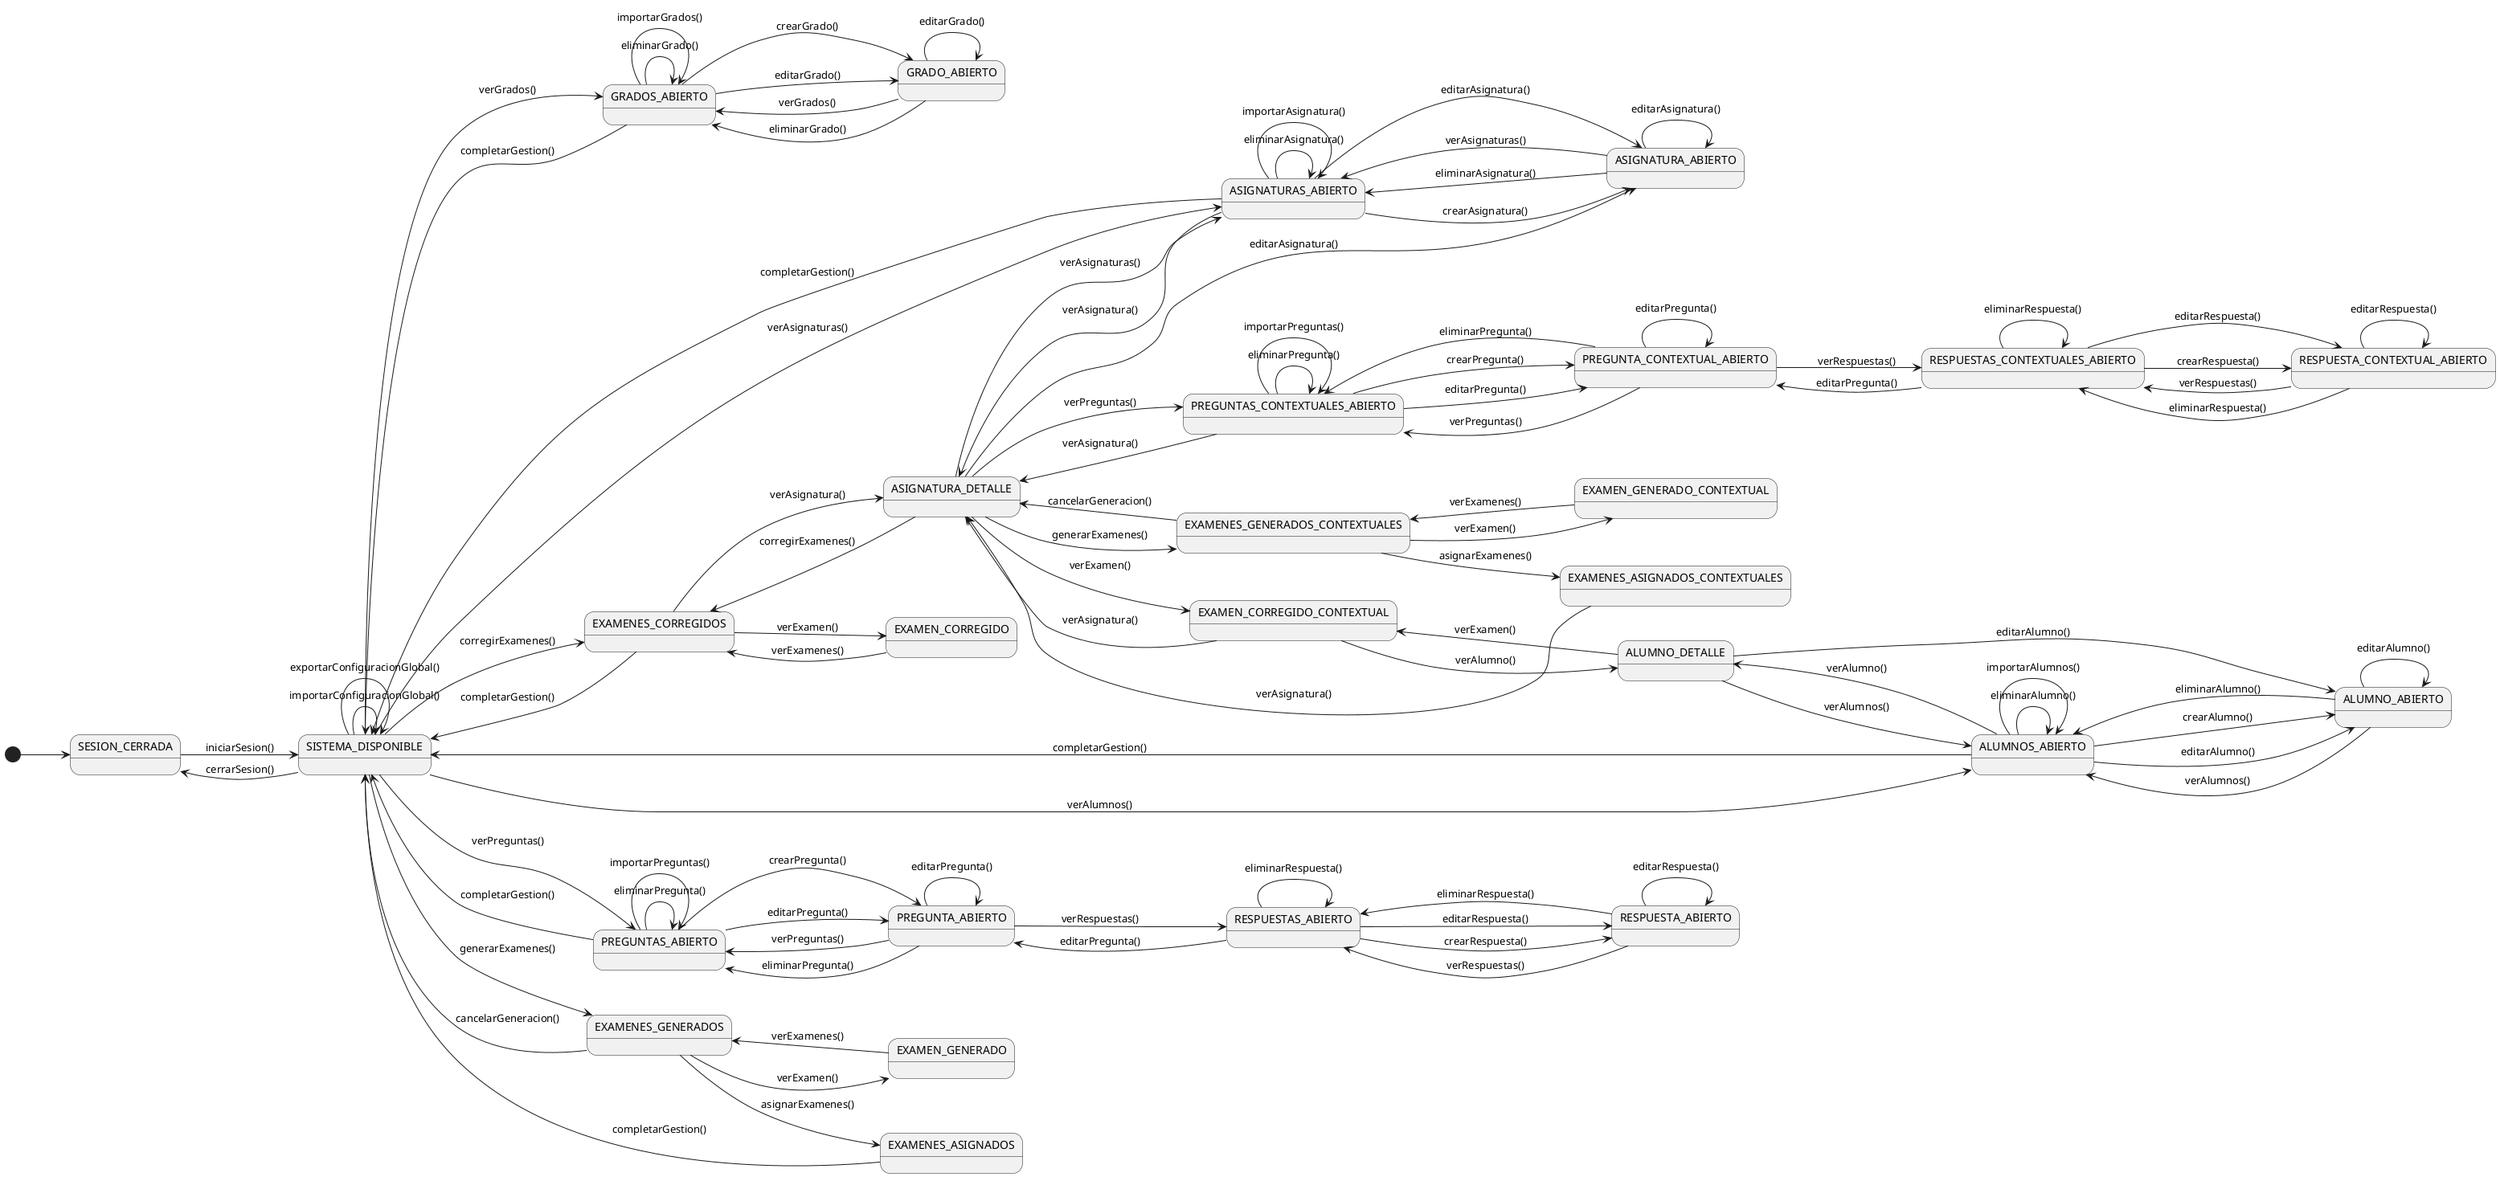
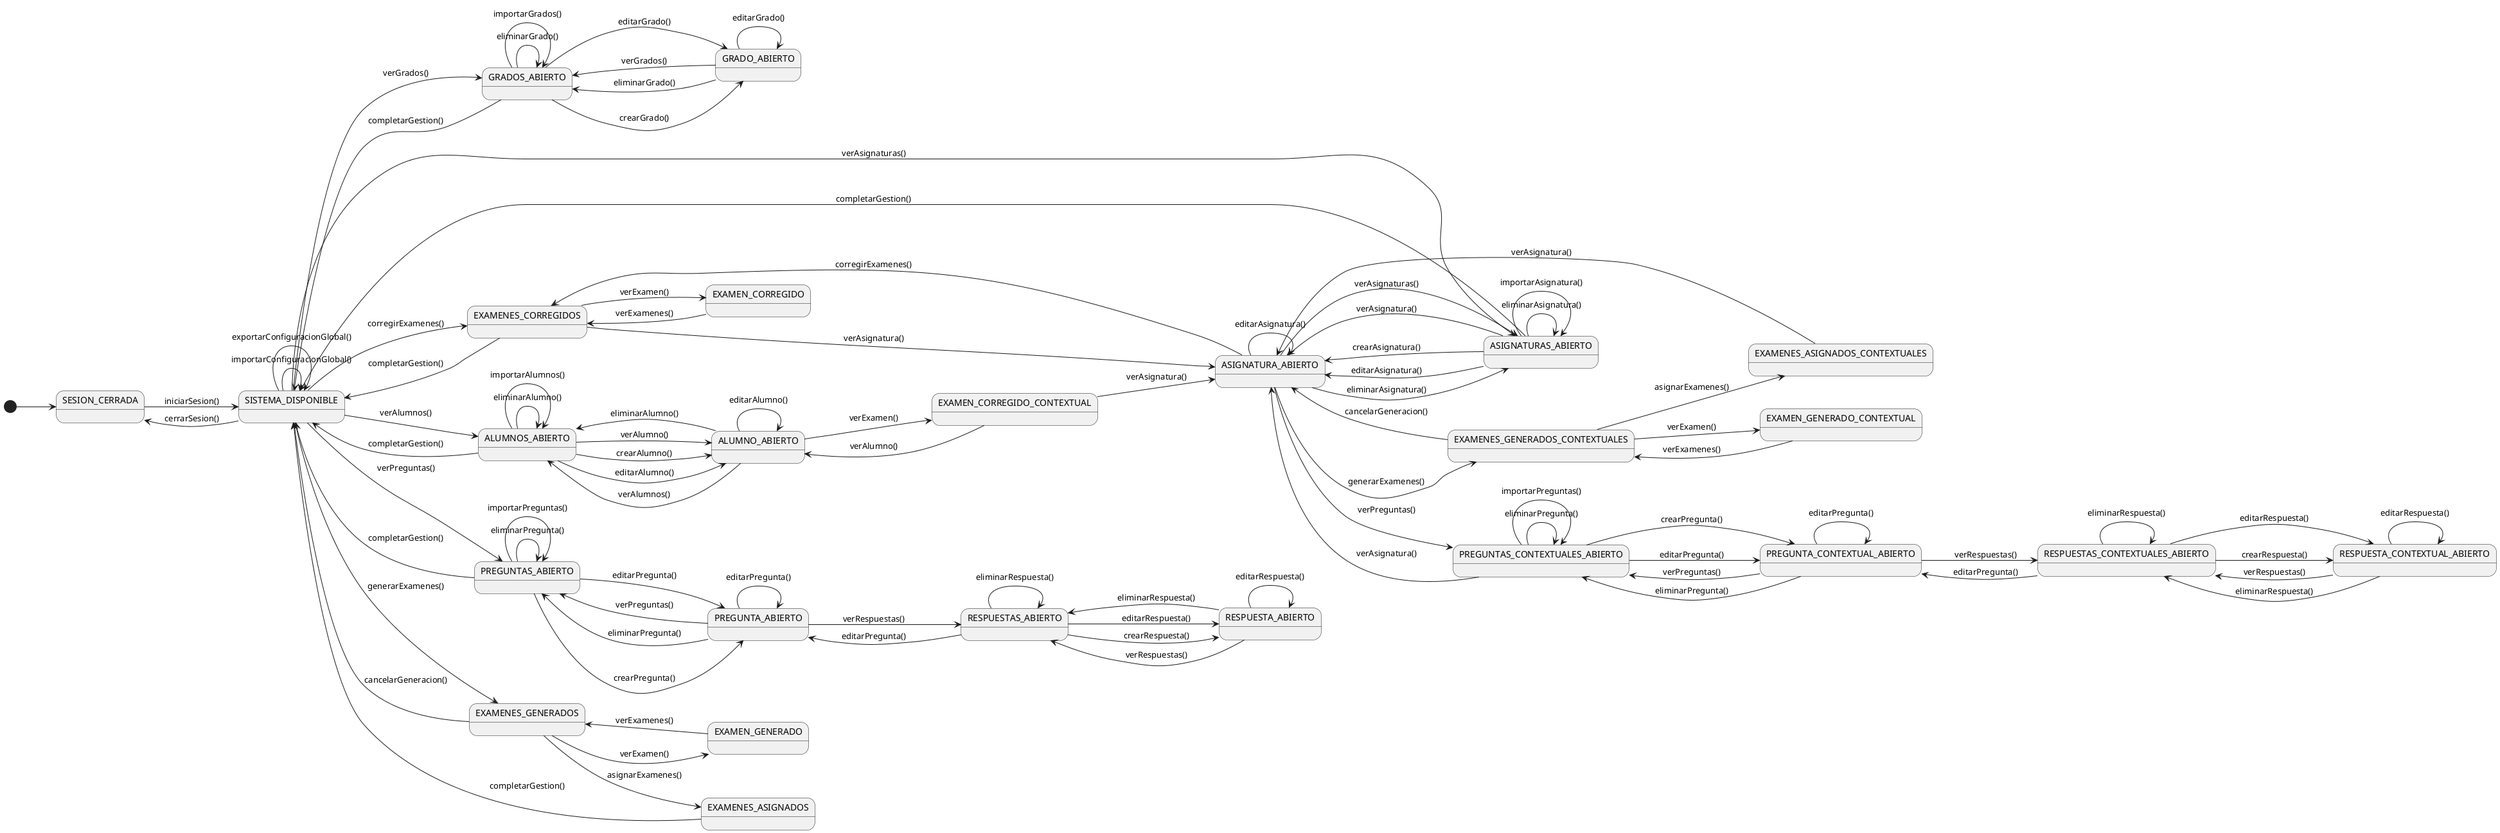
@startuml diagrama-contexto-docente

left to right direction

'Estados'

state "SESION_CERRADA" as NoAuth
state "SISTEMA_DISPONIBLE" as Menu

state "GRADOS_ABIERTO" as ListGrados
state "GRADO_ABIERTO" as EditGrado

state "ASIGNATURAS_ABIERTO" as ListAsignaturas
- state "ASIGNATURA_DETALLE" as DetalleAsignatura
state "ASIGNATURA_ABIERTO" as EditAsignatura

state "ALUMNOS_ABIERTO" as ListAlumnos
- state "ALUMNO_DETALLE" as DetalleAlumno
state "ALUMNO_ABIERTO" as EditAlumno

state "PREGUNTAS_ABIERTO" as ListPreguntas
state "PREGUNTA_ABIERTO" as EditPregunta

state "EXAMENES_GENERADOS" as ExamenesGenerados
state "EXAMEN_GENERADO" as ExamenGenerado
state "EXAMENES_ASIGNADOS" as ExamenesAsignados

state "EXAMENES_CORREGIDOS" as ExamenesCorregidos
state "EXAMEN_CORREGIDO" as ExamenCorregido
state "EXAMEN_CORREGIDO_CONTEXTUAL" as ExamenCorregidoContextual

state "RESPUESTAS_ABIERTO" as ListRespuestas
state "RESPUESTA_ABIERTO" as EditRespuesta

state "PREGUNTAS_CONTEXTUALES_ABIERTO" as ListPreguntasContextuales
state "PREGUNTA_CONTEXTUAL_ABIERTO" as EditPreguntaContextual

state "RESPUESTAS_CONTEXTUALES_ABIERTO" as ListRespuestasContextuales
state "RESPUESTA_CONTEXTUAL_ABIERTO" as EditRespuestaContextual

state "EXAMENES_GENERADOS_CONTEXTUALES" as ExamenesGeneradosContextuales
state "EXAMEN_GENERADO_CONTEXTUAL" as ExamenGeneradoContextual
state "EXAMENES_ASIGNADOS_CONTEXTUALES" as ExamenesAsignadosContextuales


'Modulo sesion'
[*] --> NoAuth
NoAuth --> Menu : iniciarSesion()
Menu --> NoAuth : cerrarSesion()

'Modulo grados'

- 
Menu --> ListGrados: verGrados()
ListGrados --> ListGrados: eliminarGrado()
ListGrados --> ListGrados: importarGrados()
ListGrados --> EditGrado: crearGrado()
ListGrados --> EditGrado: editarGrado()
EditGrado --> EditGrado: editarGrado()
EditGrado --> ListGrados: verGrados()
EditGrado --> ListGrados: eliminarGrado()
ListGrados --> Menu: completarGestion()

- 'Modulo asignaturas'
+ 'Modulo asignaturas

Menu --> ListAsignaturas: verAsignaturas()
+ ListAsignaturas --> EditAsignatura: verAsignatura()
ListAsignaturas --> EditAsignatura: crearAsignatura()
ListAsignaturas --> EditAsignatura: editarAsignatura()
ListAsignaturas --> ListAsignaturas: eliminarAsignatura()
ListAsignaturas --> ListAsignaturas: importarAsignatura()
- ListAsignaturas --> DetalleAsignatura: verAsignatura()
- DetalleAsignatura --> ListAsignaturas: verAsignaturas()
- DetalleAsignatura --> EditAsignatura: editarAsignatura()
EditAsignatura --> EditAsignatura: editarAsignatura()
EditAsignatura --> ListAsignaturas: verAsignaturas()
EditAsignatura --> ListAsignaturas: eliminarAsignatura()
ListAsignaturas --> Menu: completarGestion()

- 'Modulo alumnos'
+ 'Modulo alumnos

Menu --> ListAlumnos: verAlumnos()
+ ListAlumnos --> EditAlumno: verAlumno()
ListAlumnos --> EditAlumno: crearAlumno()
ListAlumnos --> EditAlumno: editarAlumno()
ListAlumnos --> ListAlumnos: eliminarAlumno()
ListAlumnos --> ListAlumnos: importarAlumnos()
- ListAlumnos --> DetalleAlumno: verAlumno()
- DetalleAlumno --> ListAlumnos: verAlumnos()
- DetalleAlumno --> EditAlumno: editarAlumno()
- DetalleAlumno --> ExamenCorregidoContextual: verExamen()
EditAlumno --> EditAlumno: editarAlumno()
EditAlumno --> ListAlumnos: verAlumnos()
EditAlumno --> ListAlumnos: eliminarAlumno()
ListAlumnos --> Menu: completarGestion()

- 'Modulo preguntas'
+ 'Modulo preguntas

Menu --> ListPreguntas: verPreguntas()
ListPreguntas --> EditPregunta: crearPregunta()
ListPreguntas --> EditPregunta: editarPregunta()
ListPreguntas --> ListPreguntas: eliminarPregunta()
ListPreguntas --> ListPreguntas: importarPreguntas()
EditPregunta --> EditPregunta: editarPregunta()
EditPregunta --> ListPreguntas: verPreguntas()
EditPregunta --> ListPreguntas: eliminarPregunta()
ListPreguntas --> Menu: completarGestion()

- 'Modulo preguntas contextuales '
+ 'Modulo preguntas contextuales

- DetalleAsignatura --> ListPreguntasContextuales: verPreguntas()
+ EditAsignatura --> ListPreguntasContextuales: verPreguntas()
ListPreguntasContextuales --> EditPreguntaContextual: crearPregunta()
ListPreguntasContextuales --> EditPreguntaContextual: editarPregunta()
ListPreguntasContextuales --> ListPreguntasContextuales: eliminarPregunta()
ListPreguntasContextuales --> ListPreguntasContextuales: importarPreguntas()
EditPreguntaContextual --> EditPreguntaContextual: editarPregunta()
EditPreguntaContextual --> ListPreguntasContextuales: verPreguntas()
- ListPreguntasContextuales --> DetalleAsignatura: verAsignatura()
+ ListPreguntasContextuales --> EditAsignatura: verAsignatura()
EditPreguntaContextual --> ListRespuestasContextuales: verRespuestas()
EditPreguntaContextual --> ListPreguntasContextuales: eliminarPregunta()
ListRespuestasContextuales --> EditRespuestaContextual: editarRespuesta()
ListRespuestasContextuales --> EditRespuestaContextual: crearRespuesta()
EditRespuestaContextual --> ListRespuestasContextuales: verRespuestas()
EditRespuestaContextual --> ListRespuestasContextuales: eliminarRespuesta()
ListRespuestasContextuales --> ListRespuestasContextuales: eliminarRespuesta()
EditRespuestaContextual --> EditRespuestaContextual: editarRespuesta()
ListRespuestasContextuales --> EditPreguntaContextual: editarPregunta()

- 
- 'Modulo Respuesta'
+ 'Modulo Respuesta
EditPregunta --> ListRespuestas: verRespuestas()
ListRespuestas --> EditRespuesta: editarRespuesta()
ListRespuestas --> EditRespuesta: crearRespuesta()
ListRespuestas --> ListRespuestas: eliminarRespuesta()
EditRespuesta --> EditRespuesta: editarRespuesta()
EditRespuesta --> ListRespuestas: verRespuestas()
EditRespuesta --> ListRespuestas: eliminarRespuesta()
ListRespuestas --> EditPregunta: editarPregunta()

- 'Modulo configuracion general'
+ 'Modulo configuracion general

Menu --> Menu: importarConfiguracionGlobal()
Menu --> Menu: exportarConfiguracionGlobal()

- 'Modulo examenes'
+ 'Modulo examenes

Menu --> ExamenesGenerados: generarExamenes()
ExamenesGenerados --> ExamenesAsignados: asignarExamenes()
ExamenesAsignados --> Menu: completarGestion()
ExamenesGenerados --> Menu: cancelarGeneracion()
ExamenesGenerados --> ExamenGenerado: verExamen()
ExamenGenerado --> ExamenesGenerados: verExamenes()

- 'Modulo examenes contextuales'
- DetalleAsignatura --> ExamenesGeneradosContextuales: generarExamenes()
+ 'Modulo examenes contextuales
+ EditAsignatura --> ExamenesGeneradosContextuales: generarExamenes()
ExamenesGeneradosContextuales --> ExamenesAsignadosContextuales: asignarExamenes()
- ExamenesGeneradosContextuales --> DetalleAsignatura: cancelarGeneracion()
- ExamenesAsignadosContextuales --> DetalleAsignatura: verAsignatura()
+ ExamenesGeneradosContextuales --> EditAsignatura: cancelarGeneracion()
+ ExamenesAsignadosContextuales --> EditAsignatura: verAsignatura()
ExamenesGeneradosContextuales --> ExamenGeneradoContextual: verExamen()
ExamenGeneradoContextual --> ExamenesGeneradosContextuales: verExamenes()

- 
- 'Módulo correccion'
+ 'Modulo correccion

Menu --> ExamenesCorregidos: corregirExamenes()
- DetalleAsignatura --> ExamenesCorregidos: corregirExamenes()
+ EditAsignatura --> ExamenesCorregidos: corregirExamenes()
ExamenesCorregidos --> Menu: completarGestion()
- ExamenesCorregidos --> DetalleAsignatura: verAsignatura()
+ ExamenesCorregidos --> EditAsignatura: verAsignatura()
ExamenesCorregidos --> ExamenCorregido: verExamen()
ExamenCorregido --> ExamenesCorregidos: verExamenes()
- DetalleAsignatura --> ExamenCorregidoContextual: verExamen()
- ExamenCorregidoContextual --> DetalleAsignatura: verAsignatura()
- ExamenCorregidoContextual --> DetalleAlumno: verAlumno()
+ EditAlumno --> ExamenCorregidoContextual: verExamen()
+ ExamenCorregidoContextual --> EditAsignatura: verAsignatura()
+ ExamenCorregidoContextual --> EditAlumno: verAlumno()

@enduml
- 
- 
- 
- 
- 
- 
- 
- 
- 
- 
- 
- 
- 
- 
- 
- 
- 
- 
- 
